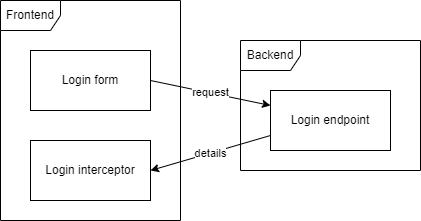
Above: .gitbook/assets/login_request_flow.drawio.png in Bernardo-MG/development-docs-architecture (draw.io), before the change. Source tidied: cells renumbered, new cells last; positions are measured from the earlier drawing's top-left corner, leaving out a move shared by most shapes.
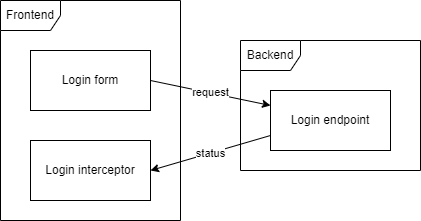
The same file after the commit.

Diff of the diagram source:
```diff
@@ -20,7 +20,7 @@
     <mxCell id="7" value="request" style="endArrow=classic;html=1;rounded=0;exitX=1;exitY=0.5;exitDx=0;exitDy=0;entryX=0;entryY=0.25;entryDx=0;entryDy=0;" parent="1" edge="1" source="4" target="5">
       <mxGeometry relative="1" as="geometry" />
     </mxCell>
-    <mxCell id="8" value="details" style="endArrow=classic;html=1;rounded=0;exitX=0;exitY=0.75;exitDx=0;exitDy=0;entryX=1;entryY=0.5;entryDx=0;entryDy=0;" parent="1" edge="1" source="5" target="6">
+    <mxCell id="8" value="status" style="endArrow=classic;html=1;rounded=0;exitX=0;exitY=0.75;exitDx=0;exitDy=0;entryX=1;entryY=0.5;entryDx=0;entryDy=0;" parent="1" edge="1" source="5" target="6">
       <mxGeometry relative="1" as="geometry" />
     </mxCell>
   </root>
```
